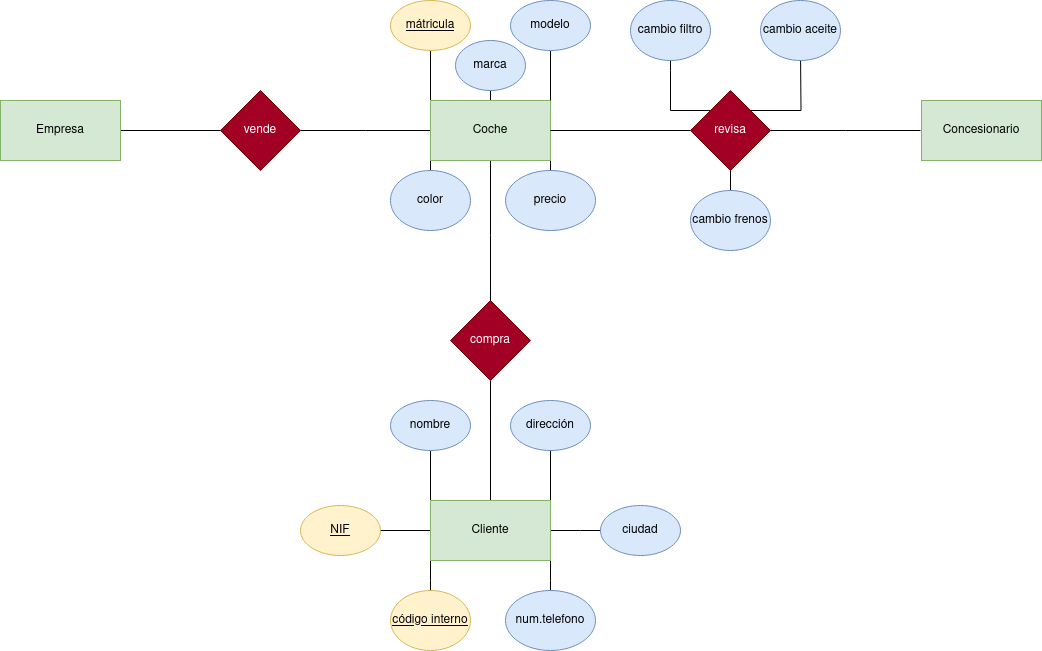
This is Unidad-1/Tareas/Tarea-6/Tarea-6.drawio.png from jpprguezz/BAE, a draw.io export, as it was before one commit. Source tidied: cells renumbered, new cells last; positions are measured from the earlier drawing's top-left corner, leaving out a move shared by most shapes.
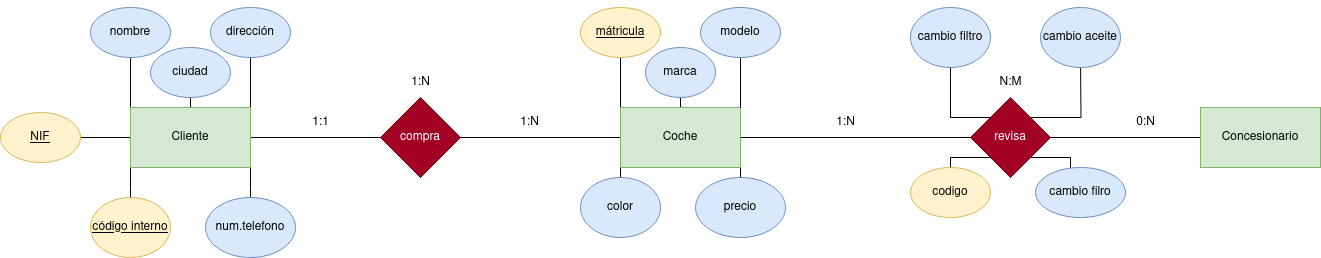
After the change.

What changed in the source:
```diff
@@ -2,20 +2,6 @@
   <root>
     <mxCell id="0" />
     <mxCell id="1" parent="0" />
-    <mxCell id="2" style="edgeStyle=orthogonalEdgeStyle;rounded=0;jettySize=auto;html=1;exitX=1;exitY=0.5;exitDx=0;exitDy=0;entryX=0;entryY=0.5;entryDx=0;entryDy=0;endArrow=none;endFill=0;" parent="1" edge="1" source="3" target="5">
-      <mxGeometry relative="1" as="geometry" />
-    </mxCell>
-    <mxCell id="3" value="Empresa" style="rounded=0;whiteSpace=wrap;html=1;fillColor=#d5e8d4;strokeColor=#82b366;" parent="1" vertex="1">
-      <mxGeometry y="100" width="120" height="60" as="geometry" />
-    </mxCell>
-    <mxCell id="4" style="edgeStyle=orthogonalEdgeStyle;rounded=0;jettySize=auto;html=1;exitX=1;exitY=0.5;exitDx=0;exitDy=0;endArrow=none;endFill=0;" parent="1" edge="1" source="5">
-      <mxGeometry relative="1" as="geometry">
-        <mxPoint x="430" y="130" as="targetPoint" />
-      </mxGeometry>
-    </mxCell>
-    <mxCell id="5" value="vende" style="rhombus;whiteSpace=wrap;html=1;fillColor=#a20025;fontColor=#ffffff;strokeColor=#6F0000;" parent="1" vertex="1">
-      <mxGeometry x="220" y="90" width="80" height="80" as="geometry" />
-    </mxCell>
     <mxCell id="6" style="edgeStyle=orthogonalEdgeStyle;rounded=0;jettySize=auto;html=1;exitX=0.5;exitY=0;exitDx=0;exitDy=0;" parent="1" edge="1" source="32">
       <mxGeometry relative="1" as="geometry">
         <mxPoint x="490" y="40" as="targetPoint" />
@@ -34,19 +20,17 @@
         <mxPoint x="550" y="180" as="targetPoint" />
       </mxGeometry>
     </mxCell>
-    <mxCell id="10" style="edgeStyle=orthogonalEdgeStyle;rounded=0;jettySize=auto;html=1;endArrow=none;endFill=0;" parent="1" edge="1" source="13">
-      <mxGeometry relative="1" as="geometry">
-        <mxPoint x="490" y="310" as="targetPoint" />
-      </mxGeometry>
-    </mxCell>
     <mxCell id="11" style="edgeStyle=orthogonalEdgeStyle;rounded=0;jettySize=auto;html=1;exitX=0.5;exitY=0;exitDx=0;exitDy=0;endArrow=none;endFill=0;" parent="1" edge="1" source="13" target="32">
       <mxGeometry relative="1" as="geometry" />
     </mxCell>
     <mxCell id="12" style="edgeStyle=orthogonalEdgeStyle;rounded=0;jettySize=auto;html=1;endArrow=none;endFill=0;" parent="1" edge="1" source="39">
       <mxGeometry relative="1" as="geometry">
-        <mxPoint x="920" y="130" as="targetPoint" />
+        <mxPoint x="1010" y="130" as="targetPoint" />
       </mxGeometry>
     </mxCell>
+    <mxCell id="44" style="edgeStyle=orthogonalEdgeStyle;rounded=0;jettySize=auto;html=1;exitX=0;exitY=0.5;exitDx=0;exitDy=0;entryX=1;entryY=0.5;entryDx=0;entryDy=0;endArrow=none;endFill=0;" parent="1" edge="1" source="13" target="18">
+      <mxGeometry relative="1" as="geometry" />
+    </mxCell>
     <mxCell id="13" value="Coche" style="rounded=0;whiteSpace=wrap;html=1;fillColor=#d5e8d4;strokeColor=#82b366;" parent="1" vertex="1">
       <mxGeometry x="430" y="100" width="120" height="60" as="geometry" />
     </mxCell>
@@ -59,60 +43,55 @@
     <mxCell id="16" value="precio" style="ellipse;whiteSpace=wrap;html=1;fillColor=#dae8fc;strokeColor=#6c8ebf;" parent="1" vertex="1">
       <mxGeometry x="505" y="170" width="90" height="60" as="geometry" />
     </mxCell>
-    <mxCell id="17" style="edgeStyle=orthogonalEdgeStyle;rounded=0;jettySize=auto;html=1;exitX=0.5;exitY=1;exitDx=0;exitDy=0;endArrow=none;endFill=0;" parent="1" edge="1" source="18" target="25">
-      <mxGeometry relative="1" as="geometry" />
-    </mxCell>
-    <mxCell id="18" value="compra" style="rhombus;whiteSpace=wrap;html=1;fillColor=#a20025;fontColor=#ffffff;strokeColor=#6F0000;" parent="1" vertex="1">
-      <mxGeometry x="450" y="300" width="80" height="80" as="geometry" />
-    </mxCell>
     <mxCell id="19" style="edgeStyle=orthogonalEdgeStyle;rounded=0;jettySize=auto;html=1;exitX=0;exitY=0;exitDx=0;exitDy=0;entryX=0.5;entryY=1;entryDx=0;entryDy=0;endArrow=none;endFill=0;" parent="1" edge="1" source="25" target="28">
       <mxGeometry relative="1" as="geometry" />
     </mxCell>
     <mxCell id="20" style="edgeStyle=orthogonalEdgeStyle;rounded=0;jettySize=auto;html=1;exitX=1;exitY=0;exitDx=0;exitDy=0;" parent="1" edge="1" source="25">
       <mxGeometry relative="1" as="geometry">
-        <mxPoint x="550" y="400" as="targetPoint" />
+        <mxPoint x="60" as="targetPoint" />
       </mxGeometry>
     </mxCell>
     <mxCell id="21" style="edgeStyle=orthogonalEdgeStyle;rounded=0;jettySize=auto;html=1;exitX=0;exitY=1;exitDx=0;exitDy=0;" parent="1" edge="1" source="25">
       <mxGeometry relative="1" as="geometry">
-        <mxPoint x="430" y="600" as="targetPoint" />
+        <mxPoint x="-60" y="200" as="targetPoint" />
       </mxGeometry>
     </mxCell>
     <mxCell id="22" style="edgeStyle=orthogonalEdgeStyle;rounded=0;jettySize=auto;html=1;exitX=1;exitY=1;exitDx=0;exitDy=0;" parent="1" edge="1" source="25">
       <mxGeometry relative="1" as="geometry">
-        <mxPoint x="550" y="600" as="targetPoint" />
+        <mxPoint x="60" y="200" as="targetPoint" />
       </mxGeometry>
     </mxCell>
     <mxCell id="23" style="edgeStyle=orthogonalEdgeStyle;rounded=0;jettySize=auto;html=1;exitX=0;exitY=0.5;exitDx=0;exitDy=0;" parent="1" edge="1" source="25">
       <mxGeometry relative="1" as="geometry">
-        <mxPoint x="370" y="530" as="targetPoint" />
+        <mxPoint x="-120" y="130" as="targetPoint" />
       </mxGeometry>
     </mxCell>
-    <mxCell id="24" style="edgeStyle=orthogonalEdgeStyle;rounded=0;jettySize=auto;html=1;exitX=1;exitY=0.5;exitDx=0;exitDy=0;" parent="1" edge="1" source="25">
-      <mxGeometry relative="1" as="geometry">
-        <mxPoint x="610" y="530" as="targetPoint" />
-      </mxGeometry>
-    </mxCell>
+    <mxCell id="45" style="edgeStyle=orthogonalEdgeStyle;rounded=0;jettySize=auto;html=1;exitX=0.5;exitY=0;exitDx=0;exitDy=0;endArrow=none;endFill=0;" parent="1" edge="1" source="25" target="30">
+      <mxGeometry relative="1" as="geometry" />
+    </mxCell>
+    <mxCell id="46" style="edgeStyle=orthogonalEdgeStyle;rounded=0;jettySize=auto;html=1;exitX=1;exitY=0.5;exitDx=0;exitDy=0;endArrow=none;endFill=0;" parent="1" edge="1" source="25" target="18">
+      <mxGeometry relative="1" as="geometry" />
+    </mxCell>
     <mxCell id="25" value="Cliente" style="rounded=0;whiteSpace=wrap;html=1;fillColor=#d5e8d4;strokeColor=#82b366;" parent="1" vertex="1">
-      <mxGeometry x="430" y="500" width="120" height="60" as="geometry" />
+      <mxGeometry x="-60" y="100" width="120" height="60" as="geometry" />
     </mxCell>
     <mxCell id="26" value="&lt;u&gt;código interno&lt;/u&gt;" style="ellipse;whiteSpace=wrap;html=1;fillColor=#fff2cc;strokeColor=#d6b656;" parent="1" vertex="1">
-      <mxGeometry x="390" y="590" width="80" height="60" as="geometry" />
+      <mxGeometry x="-100" y="190" width="80" height="60" as="geometry" />
     </mxCell>
     <mxCell id="27" value="dirección" style="ellipse;whiteSpace=wrap;html=1;fillColor=#dae8fc;strokeColor=#6c8ebf;" parent="1" vertex="1">
-      <mxGeometry x="510" y="400" width="80" height="50" as="geometry" />
+      <mxGeometry x="20" width="80" height="50" as="geometry" />
     </mxCell>
     <mxCell id="28" value="nombre" style="ellipse;whiteSpace=wrap;html=1;fillColor=#dae8fc;strokeColor=#6c8ebf;" parent="1" vertex="1">
-      <mxGeometry x="390" y="400" width="80" height="50" as="geometry" />
+      <mxGeometry x="-100" width="80" height="50" as="geometry" />
     </mxCell>
     <mxCell id="29" value="num.telefono" style="ellipse;whiteSpace=wrap;html=1;fillColor=#dae8fc;strokeColor=#6c8ebf;" parent="1" vertex="1">
-      <mxGeometry x="505" y="590" width="90" height="60" as="geometry" />
+      <mxGeometry x="15" y="190" width="90" height="60" as="geometry" />
     </mxCell>
     <mxCell id="30" value="ciudad" style="ellipse;whiteSpace=wrap;html=1;fillColor=#dae8fc;strokeColor=#6c8ebf;" parent="1" vertex="1">
-      <mxGeometry x="600" y="505" width="80" height="50" as="geometry" />
+      <mxGeometry x="-40" y="40" width="80" height="50" as="geometry" />
     </mxCell>
     <mxCell id="31" value="&lt;u&gt;NIF&lt;/u&gt;" style="ellipse;whiteSpace=wrap;html=1;fillColor=#fff2cc;strokeColor=#d6b656;" parent="1" vertex="1">
-      <mxGeometry x="300" y="505" width="80" height="50" as="geometry" />
+      <mxGeometry x="-190" y="105" width="80" height="50" as="geometry" />
     </mxCell>
     <mxCell id="32" value="marca" style="ellipse;whiteSpace=wrap;html=1;fillColor=#dae8fc;strokeColor=#6c8ebf;" parent="1" vertex="1">
       <mxGeometry x="455" y="40" width="70" height="50" as="geometry" />
@@ -128,31 +107,62 @@
     </mxCell>
     <mxCell id="36" style="edgeStyle=orthogonalEdgeStyle;rounded=0;jettySize=auto;html=1;exitX=1;exitY=0;exitDx=0;exitDy=0;" parent="1" edge="1" source="39">
       <mxGeometry relative="1" as="geometry">
-        <mxPoint x="800" y="50" as="targetPoint" />
+        <mxPoint x="890" y="50" as="targetPoint" />
       </mxGeometry>
     </mxCell>
     <mxCell id="37" style="edgeStyle=orthogonalEdgeStyle;rounded=0;jettySize=auto;html=1;exitX=0;exitY=0;exitDx=0;exitDy=0;" parent="1" edge="1" source="39">
       <mxGeometry relative="1" as="geometry">
-        <mxPoint x="670" y="50" as="targetPoint" />
+        <mxPoint x="760" y="50" as="targetPoint" />
       </mxGeometry>
     </mxCell>
-    <mxCell id="38" style="edgeStyle=orthogonalEdgeStyle;rounded=0;jettySize=auto;html=1;exitX=0.5;exitY=1;exitDx=0;exitDy=0;endArrow=none;endFill=0;" parent="1" edge="1" source="39" target="43">
-      <mxGeometry relative="1" as="geometry" />
-    </mxCell>
+    <mxCell id="47" style="edgeStyle=orthogonalEdgeStyle;rounded=0;jettySize=auto;html=1;exitX=0;exitY=1;exitDx=0;exitDy=0;" parent="1" edge="1" source="39">
+      <mxGeometry relative="1" as="geometry">
+        <mxPoint x="760" y="170" as="targetPoint" />
+      </mxGeometry>
+    </mxCell>
+    <mxCell id="48" style="edgeStyle=orthogonalEdgeStyle;rounded=0;jettySize=auto;html=1;exitX=1;exitY=1;exitDx=0;exitDy=0;" parent="1" edge="1" source="39">
+      <mxGeometry relative="1" as="geometry">
+        <mxPoint x="880" y="170" as="targetPoint" />
+      </mxGeometry>
+    </mxCell>
     <mxCell id="39" value="revisa" style="rhombus;whiteSpace=wrap;html=1;fillColor=#a20025;fontColor=#ffffff;strokeColor=#6F0000;" parent="1" vertex="1">
-      <mxGeometry x="690" y="90" width="80" height="80" as="geometry" />
+      <mxGeometry x="780" y="90" width="80" height="80" as="geometry" />
     </mxCell>
     <mxCell id="40" value="Concesionario" style="rounded=0;whiteSpace=wrap;html=1;fillColor=#d5e8d4;strokeColor=#82b366;" parent="1" vertex="1">
-      <mxGeometry x="921" y="100" width="120" height="60" as="geometry" />
+      <mxGeometry x="1010" y="100" width="120" height="60" as="geometry" />
     </mxCell>
     <mxCell id="41" value="cambio filtro" style="ellipse;whiteSpace=wrap;html=1;fillColor=#dae8fc;strokeColor=#6c8ebf;" parent="1" vertex="1">
-      <mxGeometry x="630" width="80" height="60" as="geometry" />
+      <mxGeometry x="720" width="80" height="60" as="geometry" />
     </mxCell>
     <mxCell id="42" value="cambio aceite" style="ellipse;whiteSpace=wrap;html=1;fillColor=#dae8fc;strokeColor=#6c8ebf;" parent="1" vertex="1">
-      <mxGeometry x="760" width="80" height="60" as="geometry" />
+      <mxGeometry x="850" width="80" height="60" as="geometry" />
     </mxCell>
-    <mxCell id="43" value="cambio frenos" style="ellipse;whiteSpace=wrap;html=1;fillColor=#dae8fc;strokeColor=#6c8ebf;" parent="1" vertex="1">
-      <mxGeometry x="690" y="190" width="80" height="60" as="geometry" />
-    </mxCell>
+    <mxCell id="18" value="compra" style="rhombus;whiteSpace=wrap;html=1;fillColor=#a20025;fontColor=#ffffff;strokeColor=#6F0000;" parent="1" vertex="1">
+      <mxGeometry x="190" y="90" width="80" height="80" as="geometry" />
+    </mxCell>
+    <mxCell id="49" value="1:1" style="text;html=1;align=center;verticalAlign=middle;strokeColor=none;fillColor=none;" parent="1" vertex="1">
+      <mxGeometry x="110" y="100" width="40" height="30" as="geometry" />
+    </mxCell>
+    <mxCell id="50" value="1:N" style="text;html=1;align=center;verticalAlign=middle;strokeColor=none;fillColor=none;" parent="1" vertex="1">
+      <mxGeometry x="319" y="100" width="40" height="30" as="geometry" />
+    </mxCell>
+    <mxCell id="51" value="1:N" style="text;html=1;align=center;verticalAlign=middle;strokeColor=none;fillColor=none;" parent="1" vertex="1">
+      <mxGeometry x="210" y="60" width="40" height="30" as="geometry" />
+    </mxCell>
+    <mxCell id="52" value="0:N" style="text;html=1;align=center;verticalAlign=middle;strokeColor=none;fillColor=none;" parent="1" vertex="1">
+      <mxGeometry x="935" y="100" width="40" height="30" as="geometry" />
+    </mxCell>
+    <mxCell id="53" value="1:N" style="text;html=1;align=center;verticalAlign=middle;strokeColor=none;fillColor=none;" parent="1" vertex="1">
+      <mxGeometry x="635" y="100" width="40" height="30" as="geometry" />
+    </mxCell>
+    <mxCell id="54" value="N:M" style="text;html=1;align=center;verticalAlign=middle;strokeColor=none;fillColor=none;" parent="1" vertex="1">
+      <mxGeometry x="795" y="60" width="50" height="30" as="geometry" />
+    </mxCell>
+    <mxCell id="55" value="cambio filro" style="ellipse;whiteSpace=wrap;html=1;fillColor=#dae8fc;strokeColor=#6c8ebf;" parent="1" vertex="1">
+      <mxGeometry x="845" y="160" width="90" height="50" as="geometry" />
+    </mxCell>
+    <mxCell id="56" value="codigo" style="ellipse;whiteSpace=wrap;html=1;fillColor=#fff2cc;strokeColor=#d6b656;" parent="1" vertex="1">
+      <mxGeometry x="720" y="160" width="80" height="50" as="geometry" />
+    </mxCell>
   </root>
 </mxGraphModel>
```
